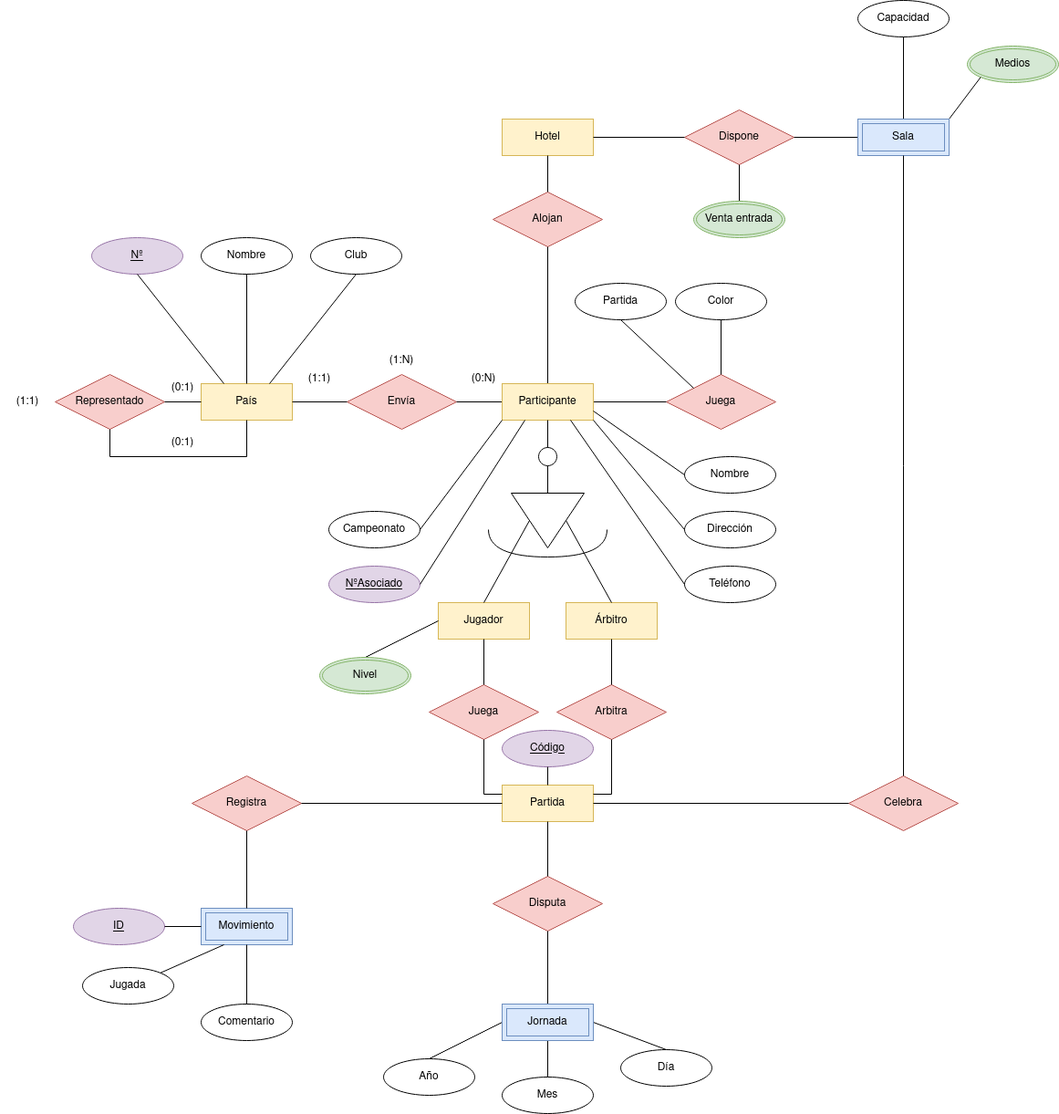
samugd17/base-datos-bae- keeps this draw.io diagram as TAREAS/Tareas clase/E-R/E-R Campeonato del mundo ajedrez.drawio.png. Above is the earlier version. Source tidied: cells renumbered, new cells last; positions are measured from the earlier drawing's top-left corner, leaving out a move shared by most shapes.
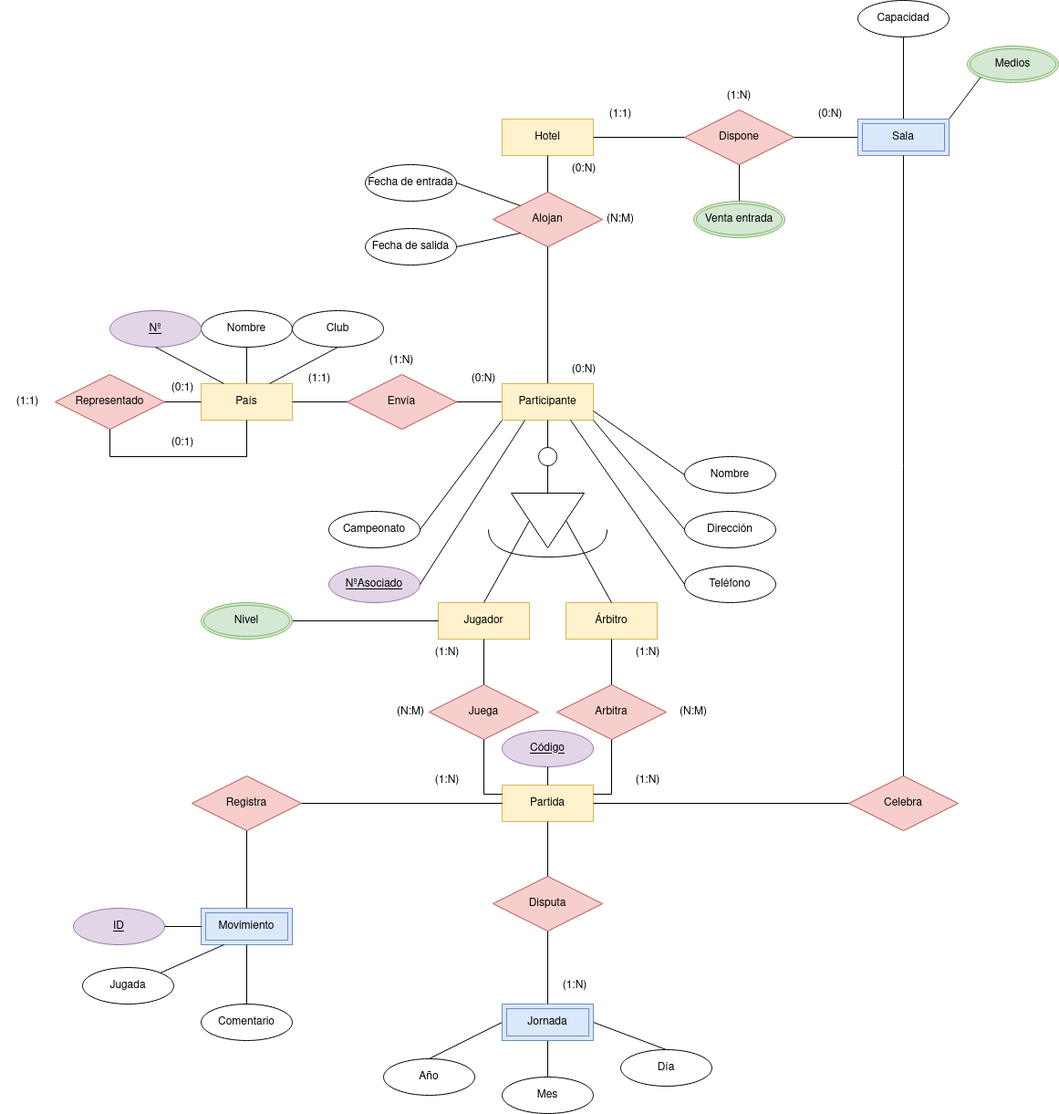
The same diagram one commit later.

The edit, as a diff of the source:
```diff
@@ -43,9 +43,6 @@
     <mxCell id="13" value="Disputa" style="shape=rhombus;perimeter=rhombusPerimeter;whiteSpace=wrap;html=1;align=center;fillColor=#f8cecc;strokeColor=#b85450;" parent="1" vertex="1">
       <mxGeometry x="540" y="960" width="120" height="60" as="geometry" />
     </mxCell>
-    <mxCell id="14" value="Juega" style="shape=rhombus;perimeter=rhombusPerimeter;whiteSpace=wrap;html=1;align=center;fillColor=#f8cecc;strokeColor=#b85450;" parent="1" vertex="1">
-      <mxGeometry x="730" y="410" width="120" height="60" as="geometry" />
-    </mxCell>
     <mxCell id="15" style="endArrow=none;html=1;rounded=0;exitX=0.5;exitY=0;exitDx=0;exitDy=0;entryX=0.5;entryY=0;entryDx=0;entryDy=0;" parent="1" edge="1" source="8" target="3">
       <mxGeometry relative="1" as="geometry" />
     </mxCell>
@@ -61,9 +58,6 @@
     <mxCell id="19" style="endArrow=none;html=1;rounded=0;exitX=0.5;exitY=1;exitDx=0;exitDy=0;entryX=0.5;entryY=0;entryDx=0;entryDy=0;" parent="1" edge="1" source="6" target="11">
       <mxGeometry relative="1" as="geometry" />
     </mxCell>
-    <mxCell id="20" style="endArrow=none;html=1;rounded=0;exitX=0;exitY=0.5;exitDx=0;exitDy=0;entryX=1;entryY=0.5;entryDx=0;entryDy=0;" parent="1" edge="1" source="14" target="25">
-      <mxGeometry relative="1" as="geometry" />
-    </mxCell>
     <mxCell id="21" style="endArrow=none;html=1;rounded=0;entryX=0;entryY=0.5;entryDx=0;entryDy=0;exitX=1;exitY=0.5;exitDx=0;exitDy=0;" parent="1" edge="1" source="4" target="7">
       <mxGeometry relative="1" as="geometry" />
     </mxCell>
@@ -105,7 +99,7 @@
     <mxCell id="33" value="NºAsociado" style="ellipse;whiteSpace=wrap;html=1;align=center;fontStyle=4;fillColor=#e1d5e7;strokeColor=#9673a6;" parent="1" vertex="1">
       <mxGeometry x="360" y="620" width="100" height="40" as="geometry" />
     </mxCell>
-    <mxCell id="34" style="endArrow=none;html=1;rounded=0;entryX=0;entryY=0.5;entryDx=0;entryDy=0;exitX=0.5;exitY=0;exitDx=0;exitDy=0;" parent="1" edge="1" source="55" target="2">
+    <mxCell id="34" style="endArrow=none;html=1;rounded=0;entryX=0;entryY=0.5;entryDx=0;entryDy=0;exitX=1;exitY=0.5;exitDx=0;exitDy=0;" parent="1" edge="1" source="55" target="2">
       <mxGeometry relative="1" as="geometry" />
     </mxCell>
     <mxCell id="35" style="endArrow=none;html=1;rounded=0;entryX=1;entryY=0.5;entryDx=0;entryDy=0;exitX=0.25;exitY=1;exitDx=0;exitDy=0;" parent="1" edge="1" source="25" target="33">
@@ -124,13 +118,13 @@
       <mxGeometry relative="1" as="geometry" />
     </mxCell>
     <mxCell id="40" value="Nombre" style="ellipse;whiteSpace=wrap;html=1;align=center;" parent="1" vertex="1">
-      <mxGeometry x="220" y="260" width="100" height="40" as="geometry" />
+      <mxGeometry x="220" y="340" width="100" height="40" as="geometry" />
     </mxCell>
     <mxCell id="41" value="Club" style="ellipse;whiteSpace=wrap;html=1;align=center;" parent="1" vertex="1">
-      <mxGeometry x="340" y="260" width="100" height="40" as="geometry" />
+      <mxGeometry x="320" y="340" width="100" height="40" as="geometry" />
     </mxCell>
     <mxCell id="42" value="Nº" style="ellipse;whiteSpace=wrap;html=1;align=center;fontStyle=4;fillColor=#e1d5e7;strokeColor=#9673a6;" parent="1" vertex="1">
-      <mxGeometry x="100" y="260" width="100" height="40" as="geometry" />
+      <mxGeometry x="120" y="340" width="100" height="40" as="geometry" />
     </mxCell>
     <mxCell id="43" style="endArrow=none;html=1;rounded=0;exitX=0.5;exitY=1;exitDx=0;exitDy=0;entryX=0.75;entryY=0;entryDx=0;entryDy=0;" parent="1" edge="1" source="41" target="4">
       <mxGeometry relative="1" as="geometry" />
@@ -147,18 +141,6 @@
     <mxCell id="47" style="endArrow=none;html=1;rounded=0;entryX=0.5;entryY=0;entryDx=0;entryDy=0;exitX=0.5;exitY=1;exitDx=0;exitDy=0;" parent="1" edge="1" source="46" target="5">
       <mxGeometry relative="1" as="geometry" />
     </mxCell>
-    <mxCell id="48" value="Color" style="ellipse;whiteSpace=wrap;html=1;align=center;" parent="1" vertex="1">
-      <mxGeometry x="740" y="310" width="100" height="40" as="geometry" />
-    </mxCell>
-    <mxCell id="49" style="endArrow=none;html=1;rounded=0;exitX=0.5;exitY=1;exitDx=0;exitDy=0;entryX=0.5;entryY=0;entryDx=0;entryDy=0;" parent="1" edge="1" source="48" target="14">
-      <mxGeometry relative="1" as="geometry" />
-    </mxCell>
-    <mxCell id="50" value="Partida" style="ellipse;whiteSpace=wrap;html=1;align=center;" parent="1" vertex="1">
-      <mxGeometry x="630" y="310" width="100" height="40" as="geometry" />
-    </mxCell>
-    <mxCell id="51" style="endArrow=none;html=1;rounded=0;exitX=0.5;exitY=1;exitDx=0;exitDy=0;entryX=0;entryY=0;entryDx=0;entryDy=0;" parent="1" edge="1" source="50" target="14">
-      <mxGeometry relative="1" as="geometry" />
-    </mxCell>
     <mxCell id="52" value="Año" style="ellipse;whiteSpace=wrap;html=1;align=center;" parent="1" vertex="1">
       <mxGeometry x="420" y="1160" width="100" height="40" as="geometry" />
     </mxCell>
@@ -169,7 +151,7 @@
       <mxGeometry x="680" y="1150" width="100" height="40" as="geometry" />
     </mxCell>
     <mxCell id="55" value="Nivel" style="ellipse;shape=doubleEllipse;margin=3;whiteSpace=wrap;html=1;align=center;fillColor=#d5e8d4;strokeColor=#82b366;" parent="1" vertex="1">
-      <mxGeometry x="350" y="720" width="100" height="40" as="geometry" />
+      <mxGeometry x="220" y="660" width="100" height="40" as="geometry" />
     </mxCell>
     <mxCell id="56" style="endArrow=none;html=1;rounded=0;entryX=0.5;entryY=1;entryDx=0;entryDy=0;exitX=0.5;exitY=0;exitDx=0;exitDy=0;" parent="1" edge="1" source="57" target="12">
       <mxGeometry relative="1" as="geometry" />
@@ -296,5 +278,56 @@
     <mxCell id="94" style="endArrow=none;html=1;rounded=0;entryX=1;entryY=0.5;entryDx=0;entryDy=0;exitX=0;exitY=0.5;exitDx=0;exitDy=0;" parent="1" edge="1" source="5" target="62">
       <mxGeometry relative="1" as="geometry" />
     </mxCell>
+    <mxCell id="95" value="Fecha de entrada" style="ellipse;whiteSpace=wrap;html=1;align=center;" parent="1" vertex="1">
+      <mxGeometry x="400" y="180" width="100" height="40" as="geometry" />
+    </mxCell>
+    <mxCell id="96" value="Fecha de salida" style="ellipse;whiteSpace=wrap;html=1;align=center;" parent="1" vertex="1">
+      <mxGeometry x="400" y="250" width="100" height="40" as="geometry" />
+    </mxCell>
+    <mxCell id="97" style="endArrow=none;html=1;rounded=0;entryX=1;entryY=0.5;entryDx=0;entryDy=0;exitX=0;exitY=1;exitDx=0;exitDy=0;" parent="1" edge="1" source="11" target="96">
+      <mxGeometry relative="1" as="geometry" />
+    </mxCell>
+    <mxCell id="98" style="endArrow=none;html=1;rounded=0;entryX=1;entryY=0.5;entryDx=0;entryDy=0;exitX=0;exitY=0;exitDx=0;exitDy=0;" parent="1" edge="1" source="11" target="95">
+      <mxGeometry relative="1" as="geometry" />
+    </mxCell>
+    <mxCell id="99" value="(1:N)" style="text;html=1;strokeColor=none;fillColor=none;align=center;verticalAlign=middle;whiteSpace=wrap;rounded=0;" parent="1" vertex="1">
+      <mxGeometry x="680" y="700" width="60" height="30" as="geometry" />
+    </mxCell>
+    <mxCell id="100" value="(1:N)" style="text;html=1;strokeColor=none;fillColor=none;align=center;verticalAlign=middle;whiteSpace=wrap;rounded=0;" parent="1" vertex="1">
+      <mxGeometry x="680" y="840" width="60" height="30" as="geometry" />
+    </mxCell>
+    <mxCell id="101" value="(1:N)" style="text;html=1;strokeColor=none;fillColor=none;align=center;verticalAlign=middle;whiteSpace=wrap;rounded=0;" parent="1" vertex="1">
+      <mxGeometry x="460" y="700" width="60" height="30" as="geometry" />
+    </mxCell>
+    <mxCell id="102" value="(1:N)" style="text;html=1;strokeColor=none;fillColor=none;align=center;verticalAlign=middle;whiteSpace=wrap;rounded=0;" parent="1" vertex="1">
+      <mxGeometry x="460" y="840" width="60" height="30" as="geometry" />
+    </mxCell>
+    <mxCell id="103" value="(N:M)" style="text;html=1;strokeColor=none;fillColor=none;align=center;verticalAlign=middle;whiteSpace=wrap;rounded=0;" parent="1" vertex="1">
+      <mxGeometry x="730" y="765" width="60" height="30" as="geometry" />
+    </mxCell>
+    <mxCell id="104" value="(N:M)" style="text;html=1;strokeColor=none;fillColor=none;align=center;verticalAlign=middle;whiteSpace=wrap;rounded=0;" parent="1" vertex="1">
+      <mxGeometry x="420" y="765" width="60" height="30" as="geometry" />
+    </mxCell>
+    <mxCell id="105" value="(1:N)" style="text;html=1;strokeColor=none;fillColor=none;align=center;verticalAlign=middle;whiteSpace=wrap;rounded=0;" parent="1" vertex="1">
+      <mxGeometry x="600" y="1065" width="60" height="30" as="geometry" />
+    </mxCell>
+    <mxCell id="106" value="(N:M)" style="text;html=1;strokeColor=none;fillColor=none;align=center;verticalAlign=middle;whiteSpace=wrap;rounded=0;" parent="1" vertex="1">
+      <mxGeometry x="650" y="225" width="60" height="30" as="geometry" />
+    </mxCell>
+    <mxCell id="107" value="(0:N)" style="text;html=1;strokeColor=none;fillColor=none;align=center;verticalAlign=middle;whiteSpace=wrap;rounded=0;" parent="1" vertex="1">
+      <mxGeometry x="610" y="390" width="60" height="30" as="geometry" />
+    </mxCell>
+    <mxCell id="108" value="(0:N)" style="text;html=1;strokeColor=none;fillColor=none;align=center;verticalAlign=middle;whiteSpace=wrap;rounded=0;" parent="1" vertex="1">
+      <mxGeometry x="610" y="170" width="60" height="30" as="geometry" />
+    </mxCell>
+    <mxCell id="109" value="(0:N)" style="text;html=1;strokeColor=none;fillColor=none;align=center;verticalAlign=middle;whiteSpace=wrap;rounded=0;" parent="1" vertex="1">
+      <mxGeometry x="880" y="110" width="60" height="30" as="geometry" />
+    </mxCell>
+    <mxCell id="110" value="(1:1)" style="text;html=1;strokeColor=none;fillColor=none;align=center;verticalAlign=middle;whiteSpace=wrap;rounded=0;" parent="1" vertex="1">
+      <mxGeometry x="650" y="110" width="60" height="30" as="geometry" />
+    </mxCell>
+    <mxCell id="111" value="(1:N)" style="text;html=1;strokeColor=none;fillColor=none;align=center;verticalAlign=middle;whiteSpace=wrap;rounded=0;" parent="1" vertex="1">
+      <mxGeometry x="780" y="90" width="60" height="30" as="geometry" />
+    </mxCell>
   </root>
 </mxGraphModel>
```
